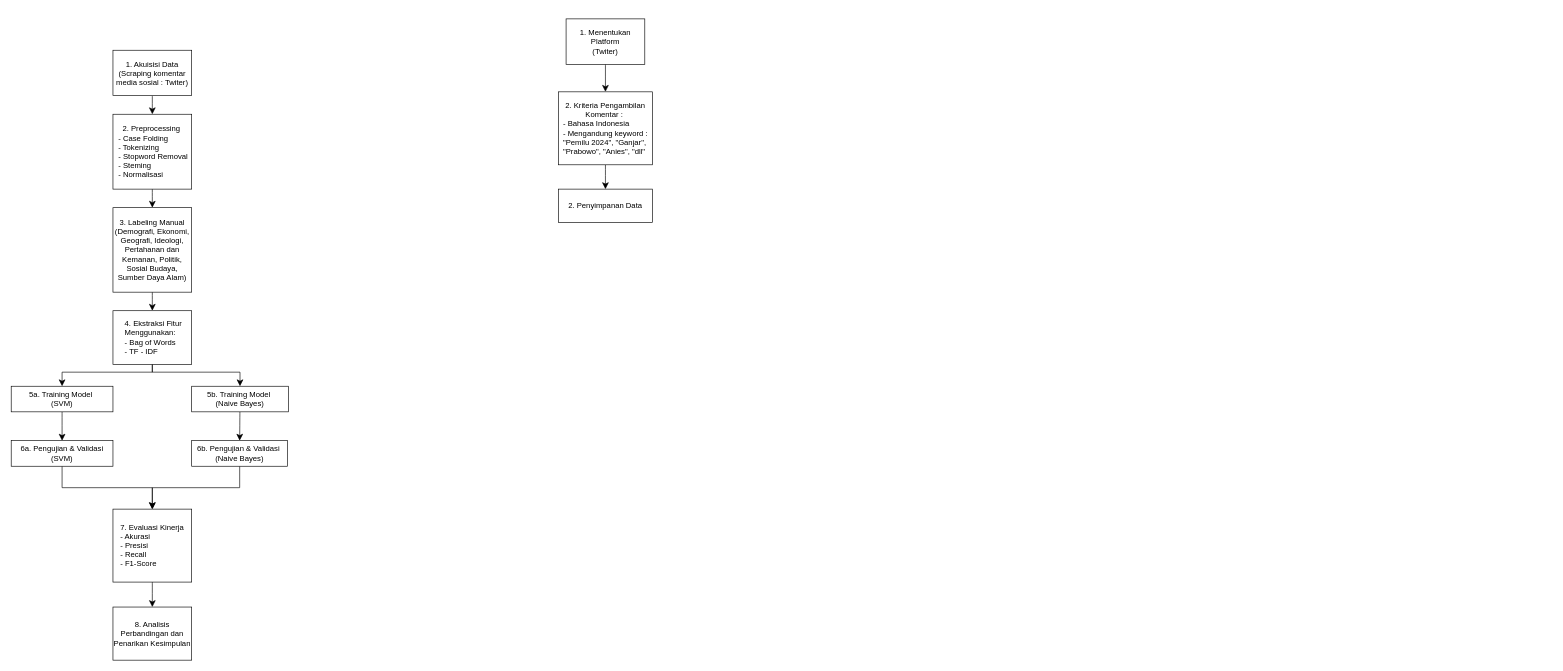
Before: Schema Metopen.drawio in Cahayatirta/agama, a draw.io diagram. Source tidied: cells renumbered, new cells numbered last; positions are measured from the earlier drawing's top-left corner, leaving out a move shared by most shapes. Both pictures are drawn from the tidied source at 64%, with x=0, y=0 at pixel (11, 19).
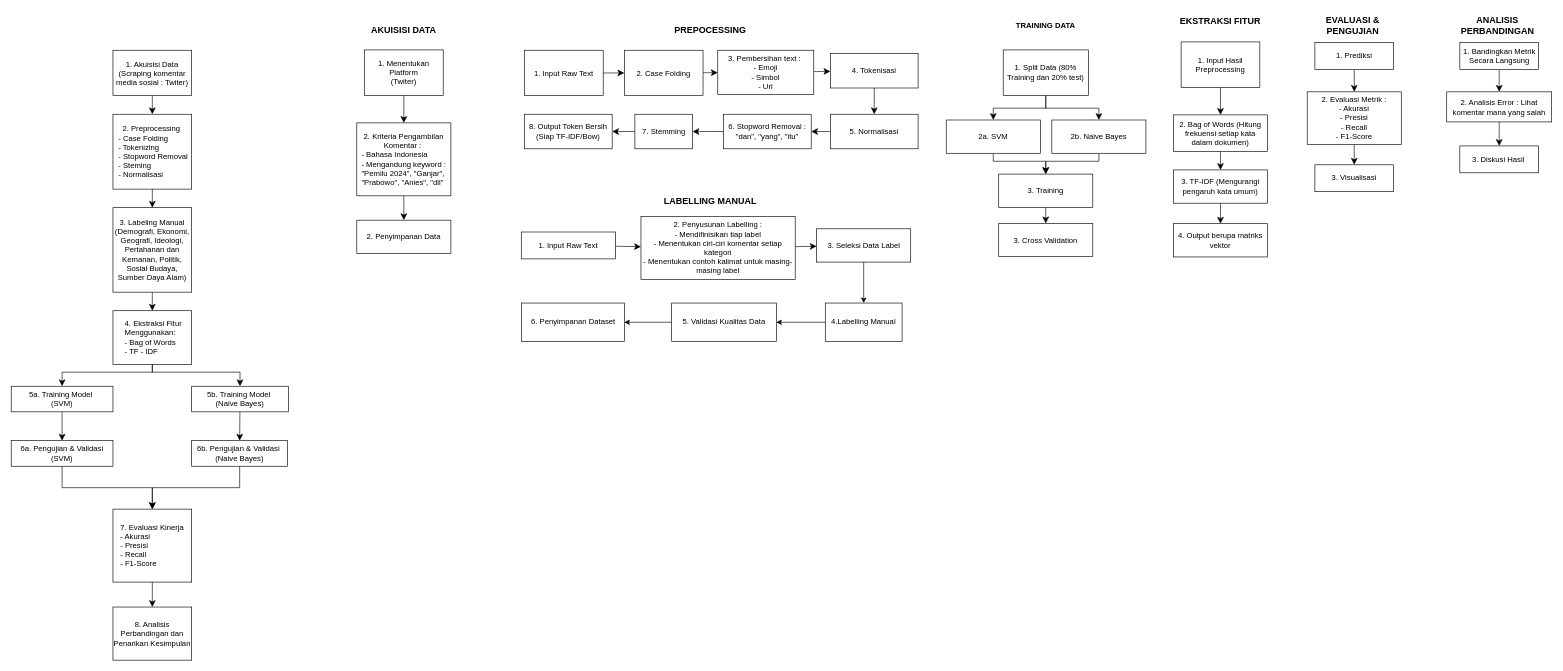
After the change.

Diff of the diagram source:
```diff
@@
     <mxCell id="23" value="1. Menentukan Platform&lt;div&gt;(Twiter)&lt;/div&gt;" style="rounded=0;whiteSpace=wrap;html=1;" parent="1" vertex="1">
-      <mxGeometry x="867" width="123" height="71" as="geometry" />
+      <mxGeometry x="552" y="48.5" width="123" height="71" as="geometry" />
     </mxCell>
@@
     <mxCell id="25" value="2. Kriteria Pengambilan Komentar :&amp;nbsp;&lt;div style=&quot;text-align: left;&quot;&gt;&amp;nbsp; - Bahasa Indonesia&lt;/div&gt;&lt;div style=&quot;text-align: left;&quot;&gt;&amp;nbsp; - Mengandung keyword :&amp;nbsp; &amp;nbsp; &quot;Pemilu 2024&quot;, &quot;Ganjar&quot;,&amp;nbsp; &amp;nbsp; &quot;Prabowo&quot;, &quot;Anies&quot;, &quot;dll&quot;&lt;/div&gt;" style="rounded=0;whiteSpace=wrap;html=1;align=center;" parent="1" vertex="1">
-      <mxGeometry x="855" y="114" width="147" height="114" as="geometry" />
+      <mxGeometry x="540" y="162.5" width="147" height="114" as="geometry" />
     </mxCell>
     <mxCell id="26" value="2. Penyimpanan Data" style="rounded=0;whiteSpace=wrap;html=1;align=center;" parent="1" vertex="1">
-      <mxGeometry x="855" y="266" width="147" height="52" as="geometry" />
+      <mxGeometry x="540" y="314.5" width="147" height="52" as="geometry" />
     </mxCell>
+    <mxCell id="27" style="edgeStyle=none;curved=1;rounded=0;jettySize=auto;html=1;fontSize=12;startSize=8;endSize=8;" parent="1" edge="1" source="28" target="30">
+      <mxGeometry relative="1" as="geometry" />
+    </mxCell>
+    <mxCell id="28" value="1. Input Raw Text" style="rounded=0;whiteSpace=wrap;html=1;" parent="1" vertex="1">
+      <mxGeometry x="802" y="49" width="123" height="71" as="geometry" />
+    </mxCell>
+    <mxCell id="29" style="edgeStyle=none;curved=1;rounded=0;jettySize=auto;html=1;fontSize=12;startSize=8;endSize=8;" parent="1" edge="1" source="30" target="32">
+      <mxGeometry relative="1" as="geometry" />
+    </mxCell>
+    <mxCell id="30" value="2. Case Folding" style="rounded=0;whiteSpace=wrap;html=1;" parent="1" vertex="1">
+      <mxGeometry x="958" y="49" width="123" height="71" as="geometry" />
+    </mxCell>
+    <mxCell id="31" style="edgeStyle=none;curved=1;rounded=0;jettySize=auto;html=1;fontSize=12;startSize=8;endSize=8;" parent="1" edge="1" source="32" target="34">
+      <mxGeometry relative="1" as="geometry" />
+    </mxCell>
+    <mxCell id="32" value="3. Pembersihan&amp;nbsp;&lt;span style=&quot;background-color: transparent; color: light-dark(rgb(0, 0, 0), rgb(255, 255, 255));&quot;&gt;text :&amp;nbsp;&lt;/span&gt;&lt;div&gt;&lt;div&gt;- Emoji&lt;/div&gt;&lt;div&gt;- Simbol&lt;/div&gt;&lt;div&gt;- Url&lt;/div&gt;&lt;/div&gt;" style="rounded=0;whiteSpace=wrap;html=1;" parent="1" vertex="1">
+      <mxGeometry x="1104" y="49" width="150" height="69" as="geometry" />
+    </mxCell>
+    <mxCell id="33" style="edgeStyle=none;curved=1;rounded=0;jettySize=auto;html=1;entryX=0.5;entryY=0;entryDx=0;entryDy=0;fontSize=12;startSize=8;endSize=8;" parent="1" edge="1" source="34" target="36">
+      <mxGeometry relative="1" as="geometry" />
+    </mxCell>
+    <mxCell id="34" value="4. Tokenisasi" style="rounded=0;whiteSpace=wrap;html=1;" parent="1" vertex="1">
+      <mxGeometry x="1280" y="54" width="137" height="54" as="geometry" />
+    </mxCell>
+    <mxCell id="35" style="edgeStyle=none;curved=1;rounded=0;jettySize=auto;html=1;fontSize=12;startSize=8;endSize=8;" parent="1" edge="1" source="36" target="38">
+      <mxGeometry relative="1" as="geometry" />
+    </mxCell>
+    <mxCell id="36" value="5. Normalisasi" style="rounded=0;whiteSpace=wrap;html=1;" parent="1" vertex="1">
+      <mxGeometry x="1280" y="149" width="137" height="54" as="geometry" />
+    </mxCell>
+    <mxCell id="37" style="edgeStyle=none;curved=1;rounded=0;jettySize=auto;html=1;fontSize=12;startSize=8;endSize=8;" parent="1" edge="1" source="38" target="41">
+      <mxGeometry relative="1" as="geometry" />
+    </mxCell>
+    <mxCell id="38" value="6. Stopword Removal : &quot;dan&quot;, &quot;yang&quot;, &quot;itu&quot;" style="rounded=0;whiteSpace=wrap;html=1;" parent="1" vertex="1">
+      <mxGeometry x="1113" y="149" width="137" height="54" as="geometry" />
+    </mxCell>
+    <mxCell id="39" style="edgeStyle=none;curved=1;rounded=0;jettySize=auto;html=1;fontSize=12;startSize=8;endSize=8;exitX=0;exitY=0.5;exitDx=0;exitDy=0;" parent="1" edge="1" source="41" target="43">
+      <mxGeometry relative="1" as="geometry" />
+    </mxCell>
+    <mxCell id="40" style="edgeStyle=none;curved=1;rounded=0;jettySize=auto;html=1;fontSize=12;startSize=8;endSize=8;" parent="1" edge="1" source="42" target="45">
+      <mxGeometry relative="1" as="geometry" />
+    </mxCell>
+    <mxCell id="41" value="7. Stemming" style="rounded=0;whiteSpace=wrap;html=1;" parent="1" vertex="1">
+      <mxGeometry x="974.5" y="149" width="90" height="54" as="geometry" />
+    </mxCell>
+    <mxCell id="42" value="1. Input Raw Text" style="rounded=0;whiteSpace=wrap;html=1;" parent="1" vertex="1">
+      <mxGeometry x="797" y="333" width="147" height="42" as="geometry" />
+    </mxCell>
+    <mxCell id="43" value="8. Output Token Bersih (Siap TF-IDF/Bow)" style="rounded=0;whiteSpace=wrap;html=1;" parent="1" vertex="1">
+      <mxGeometry x="802" y="149" width="137" height="54" as="geometry" />
+    </mxCell>
+    <mxCell id="44" style="edgeStyle=none;curved=1;rounded=0;jettySize=auto;html=1;fontSize=12;startSize=8;endSize=8;" parent="1" edge="1" source="45" target="47">
+      <mxGeometry relative="1" as="geometry" />
+    </mxCell>
+    <mxCell id="45" value="2. Penyusunan Labelling :&lt;div&gt;- Mendifinisikan tiap label&lt;/div&gt;&lt;div&gt;- Menentukan ciri-ciri komentar setiap kategori&lt;/div&gt;&lt;div&gt;- Menentukan contoh kalimat untuk masing-masing label&lt;/div&gt;" style="rounded=0;whiteSpace=wrap;html=1;align=center;" parent="1" vertex="1">
+      <mxGeometry x="984" y="309" width="241" height="98" as="geometry" />
+    </mxCell>
+    <mxCell id="46" style="edgeStyle=orthogonalEdgeStyle;rounded=0;jettySize=auto;html=1;" parent="1" edge="1" source="47" target="50">
+      <mxGeometry relative="1" as="geometry" />
+    </mxCell>
+    <mxCell id="47" value="3. Seleksi Data Label" style="rounded=0;whiteSpace=wrap;html=1;align=center;" parent="1" vertex="1">
+      <mxGeometry x="1258.5" y="328" width="147" height="52" as="geometry" />
+    </mxCell>
+    <mxCell id="48" style="edgeStyle=orthogonalEdgeStyle;rounded=0;jettySize=auto;html=1;" parent="1" edge="1" source="50" target="54">
+      <mxGeometry relative="1" as="geometry" />
+    </mxCell>
+    <mxCell id="49" style="edgeStyle=none;curved=1;rounded=0;jettySize=auto;html=1;entryX=0.5;entryY=0;entryDx=0;entryDy=0;fontSize=12;startSize=8;endSize=8;" parent="1" edge="1" source="51" target="55">
+      <mxGeometry relative="1" as="geometry" />
+    </mxCell>
+    <mxCell id="50" value="4.Labelling Manual" style="whiteSpace=wrap;html=1;rounded=0;" parent="1" vertex="1">
+      <mxGeometry x="1272" y="444" width="120" height="60" as="geometry" />
+    </mxCell>
+    <mxCell id="51" value="1. Input Hasil Preprocessing" style="rounded=0;whiteSpace=wrap;html=1;" parent="1" vertex="1">
+      <mxGeometry x="1828" y="36" width="123" height="71" as="geometry" />
+    </mxCell>
+    <mxCell id="52" style="edgeStyle=orthogonalEdgeStyle;rounded=0;jettySize=auto;html=1;" parent="1" edge="1" source="54" target="56">
+      <mxGeometry relative="1" as="geometry" />
+    </mxCell>
+    <mxCell id="53" style="edgeStyle=none;curved=1;rounded=0;jettySize=auto;html=1;entryX=0.5;entryY=0;entryDx=0;entryDy=0;fontSize=12;startSize=8;endSize=8;" parent="1" edge="1" source="55" target="58">
+      <mxGeometry relative="1" as="geometry" />
+    </mxCell>
+    <mxCell id="54" value="&lt;div style=&quot;line-height: 160%;&quot;&gt;5. Validasi Kualitas Data&lt;/div&gt;" style="whiteSpace=wrap;html=1;rounded=0;" parent="1" vertex="1">
+      <mxGeometry x="1032" y="444" width="163.5" height="60" as="geometry" />
+    </mxCell>
+    <mxCell id="55" value="2. Bag of Words (Hitung frekuensi setiap kata dalam dokumen)" style="rounded=0;whiteSpace=wrap;html=1;align=center;" parent="1" vertex="1">
+      <mxGeometry x="1816" y="150" width="147" height="57" as="geometry" />
+    </mxCell>
+    <mxCell id="56" value="6. Penyimpanan Dataset" style="whiteSpace=wrap;html=1;rounded=0;" parent="1" vertex="1">
+      <mxGeometry x="797.5" y="444" width="160.5" height="60" as="geometry" />
+    </mxCell>
+    <mxCell id="57" style="edgeStyle=none;curved=1;rounded=0;jettySize=auto;html=1;entryX=0.5;entryY=0;entryDx=0;entryDy=0;fontSize=12;startSize=8;endSize=8;" parent="1" edge="1" source="58" target="59">
+      <mxGeometry relative="1" as="geometry" />
+    </mxCell>
+    <mxCell id="58" value="3. TF-IDF (Mengurangi pengaruh kata umum)" style="rounded=0;whiteSpace=wrap;html=1;align=center;" parent="1" vertex="1">
+      <mxGeometry x="1816" y="236" width="147" height="52" as="geometry" />
+    </mxCell>
+    <mxCell id="59" value="4. Output berupa matriks vektor" style="rounded=0;whiteSpace=wrap;html=1;align=center;" parent="1" vertex="1">
+      <mxGeometry x="1816" y="320" width="147" height="52" as="geometry" />
+    </mxCell>
+    <mxCell id="60" style="edgeStyle=orthogonalEdgeStyle;rounded=0;jettySize=auto;html=1;entryX=0.5;entryY=0;entryDx=0;entryDy=0;fontSize=12;startSize=8;endSize=8;" parent="1" edge="1" source="64" target="67">
+      <mxGeometry relative="1" as="geometry" />
+    </mxCell>
+    <mxCell id="61" value="&lt;b&gt;&lt;font style=&quot;font-size: 14px;&quot;&gt;AKUISISI DATA&lt;/font&gt;&lt;/b&gt;" style="text;strokeColor=none;align=center;fillColor=none;html=1;verticalAlign=middle;whiteSpace=wrap;rounded=0;" parent="1" vertex="1">
+      <mxGeometry x="547" y="3" width="133" height="30" as="geometry" />
+    </mxCell>
+    <mxCell id="62" style="edgeStyle=orthogonalEdgeStyle;rounded=0;jettySize=auto;html=1;entryX=0.5;entryY=0;entryDx=0;entryDy=0;fontSize=12;startSize=8;endSize=8;" parent="1" edge="1" source="64" target="69">
+      <mxGeometry relative="1" as="geometry" />
+    </mxCell>
+    <mxCell id="63" value="&lt;b&gt;&lt;font style=&quot;font-size: 14px;&quot;&gt;PREPOCESSING&lt;/font&gt;&lt;/b&gt;" style="text;strokeColor=none;align=center;fillColor=none;html=1;verticalAlign=middle;whiteSpace=wrap;rounded=0;" parent="1" vertex="1">
+      <mxGeometry x="1026" y="3" width="133" height="30" as="geometry" />
+    </mxCell>
+    <mxCell id="64" value="1. Split Data (80% Training dan 20% test)" style="rounded=0;whiteSpace=wrap;html=1;" parent="1" vertex="1">
+      <mxGeometry x="1550" y="48.5" width="133" height="71" as="geometry" />
+    </mxCell>
+    <mxCell id="65" value="&lt;b&gt;&lt;font style=&quot;font-size: 14px;&quot;&gt;LABELLING MANUAL&lt;/font&gt;&lt;/b&gt;" style="text;strokeColor=none;align=center;fillColor=none;html=1;verticalAlign=middle;whiteSpace=wrap;rounded=0;" parent="1" vertex="1">
+      <mxGeometry x="994" y="269" width="197" height="30" as="geometry" />
+    </mxCell>
+    <mxCell id="66" style="edgeStyle=orthogonalEdgeStyle;rounded=0;jettySize=auto;html=1;entryX=0.5;entryY=0;entryDx=0;entryDy=0;fontSize=12;startSize=8;endSize=8;" parent="1" edge="1" source="67" target="71">
+      <mxGeometry relative="1" as="geometry">
+        <Array as="points">
+          <mxPoint x="1535" y="222.5" />
+          <mxPoint x="1617" y="222.5" />
+        </Array>
+      </mxGeometry>
+    </mxCell>
+    <mxCell id="67" value="2a. SVM" style="rounded=0;whiteSpace=wrap;html=1;align=center;" parent="1" vertex="1">
+      <mxGeometry x="1461" y="158" width="147" height="52" as="geometry" />
+    </mxCell>
+    <mxCell id="68" style="edgeStyle=orthogonalEdgeStyle;rounded=0;jettySize=auto;html=1;entryX=0.5;entryY=0;entryDx=0;entryDy=0;fontSize=12;startSize=8;endSize=8;" parent="1" edge="1" source="69" target="71">
+      <mxGeometry relative="1" as="geometry">
+        <Array as="points">
+          <mxPoint x="1700" y="222.5" />
+          <mxPoint x="1617" y="222.5" />
+        </Array>
+      </mxGeometry>
+    </mxCell>
+    <mxCell id="69" value="2b. Naive Bayes" style="rounded=0;whiteSpace=wrap;html=1;align=center;" parent="1" vertex="1">
+      <mxGeometry x="1626" y="158" width="147" height="52" as="geometry" />
+    </mxCell>
+    <mxCell id="70" style="edgeStyle=none;curved=1;rounded=0;jettySize=auto;html=1;entryX=0.5;entryY=0;entryDx=0;entryDy=0;fontSize=12;startSize=8;endSize=8;" parent="1" edge="1" source="71" target="72">
+      <mxGeometry relative="1" as="geometry" />
+    </mxCell>
+    <mxCell id="71" value="3. Training" style="rounded=0;whiteSpace=wrap;html=1;align=center;" parent="1" vertex="1">
+      <mxGeometry x="1543" y="242.5" width="147" height="52" as="geometry" />
+    </mxCell>
+    <mxCell id="72" value="3. Cross Validation" style="rounded=0;whiteSpace=wrap;html=1;align=center;" parent="1" vertex="1">
+      <mxGeometry x="1543" y="319.5" width="147" height="52" as="geometry" />
+    </mxCell>
+    <mxCell id="73" value="&lt;font style=&quot;font-size: 14px;&quot;&gt;&lt;b&gt;EKSTRAKSI FITUR&lt;/b&gt;&lt;/font&gt;" style="text;strokeColor=none;align=center;fillColor=none;html=1;verticalAlign=middle;whiteSpace=wrap;rounded=0;" parent="1" vertex="1">
+      <mxGeometry x="1823" y="-12" width="133" height="30" as="geometry" />
+    </mxCell>
+    <mxCell id="74" value="&lt;div style=&quot;&quot;&gt;&lt;b style=&quot;background-color: transparent; color: light-dark(rgb(0, 0, 0), rgb(255, 255, 255));&quot;&gt;TRAINING DATA&lt;/b&gt;&lt;/div&gt;" style="text;strokeColor=none;align=center;fillColor=none;html=1;verticalAlign=middle;whiteSpace=wrap;rounded=0;" parent="1" vertex="1">
+      <mxGeometry x="1550" y="-5" width="133" height="30" as="geometry" />
+    </mxCell>
+    <mxCell id="75" style="edgeStyle=none;curved=1;rounded=0;jettySize=auto;html=1;entryX=0.5;entryY=0;entryDx=0;entryDy=0;fontSize=12;startSize=8;endSize=8;" parent="1" edge="1" source="76" target="78">
+      <mxGeometry relative="1" as="geometry" />
+    </mxCell>
+    <mxCell id="76" value="1. Prediksi" style="rounded=0;whiteSpace=wrap;html=1;" parent="1" vertex="1">
+      <mxGeometry x="2037" y="37" width="123" height="42" as="geometry" />
+    </mxCell>
+    <mxCell id="77" style="edgeStyle=none;curved=1;rounded=0;jettySize=auto;html=1;entryX=0.5;entryY=0;entryDx=0;entryDy=0;fontSize=12;startSize=8;endSize=8;" parent="1" edge="1" source="78" target="79">
+      <mxGeometry relative="1" as="geometry" />
+    </mxCell>
+    <mxCell id="78" value="2. Evaluasi Metrik :&lt;br&gt;- Akurasi&lt;br&gt;- Presisi&lt;div&gt;- Recall&lt;/div&gt;&lt;div&gt;- F1-Score&lt;/div&gt;" style="rounded=0;whiteSpace=wrap;html=1;align=center;" parent="1" vertex="1">
+      <mxGeometry x="2025" y="114" width="147" height="82" as="geometry" />
+    </mxCell>
+    <mxCell id="79" value="3. Visualisasi" style="rounded=0;whiteSpace=wrap;html=1;align=center;" parent="1" vertex="1">
+      <mxGeometry x="2037" y="228" width="123" height="42" as="geometry" />
+    </mxCell>
+    <mxCell id="80" value="&lt;font style=&quot;font-size: 14px;&quot;&gt;&lt;b&gt;EVALUASI &amp;amp; PENGUJIAN&lt;/b&gt;&lt;/font&gt;" style="text;strokeColor=none;align=center;fillColor=none;html=1;verticalAlign=middle;whiteSpace=wrap;rounded=0;" parent="1" vertex="1">
+      <mxGeometry x="2032" y="-5" width="129" height="30" as="geometry" />
+    </mxCell>
+    <mxCell id="81" style="edgeStyle=none;curved=1;rounded=0;jettySize=auto;html=1;entryX=0.5;entryY=0;entryDx=0;entryDy=0;fontSize=12;startSize=8;endSize=8;" parent="1" edge="1" source="82" target="84">
+      <mxGeometry relative="1" as="geometry" />
+    </mxCell>
+    <mxCell id="82" value="1. Bandingkan Metrik Secara Langsung" style="rounded=0;whiteSpace=wrap;html=1;" parent="1" vertex="1">
+      <mxGeometry x="2263.5" y="37" width="123" height="42" as="geometry" />
+    </mxCell>
+    <mxCell id="83" style="edgeStyle=none;curved=1;rounded=0;jettySize=auto;html=1;entryX=0.5;entryY=0;entryDx=0;entryDy=0;fontSize=12;startSize=8;endSize=8;" parent="1" edge="1" source="84" target="85">
+      <mxGeometry relative="1" as="geometry" />
+    </mxCell>
+    <mxCell id="84" value="2. Analisis Error : Lihat komentar mana yang salah" style="rounded=0;whiteSpace=wrap;html=1;align=center;" parent="1" vertex="1">
+      <mxGeometry x="2243" y="114" width="164" height="47" as="geometry" />
+    </mxCell>
+    <mxCell id="85" value="3. Diskusi Hasil&amp;nbsp;" style="rounded=0;whiteSpace=wrap;html=1;align=center;" parent="1" vertex="1">
+      <mxGeometry x="2263.5" y="198.5" width="123" height="42" as="geometry" />
+    </mxCell>
+    <mxCell id="86" value="&lt;span style=&quot;font-size: 14px;&quot;&gt;&lt;b&gt;ANALISIS PERBANDINGAN&lt;/b&gt;&lt;/span&gt;" style="text;strokeColor=none;align=center;fillColor=none;html=1;verticalAlign=middle;whiteSpace=wrap;rounded=0;" parent="1" vertex="1">
+      <mxGeometry x="2257.5" y="-5" width="129" height="30" as="geometry" />
+    </mxCell>
```
